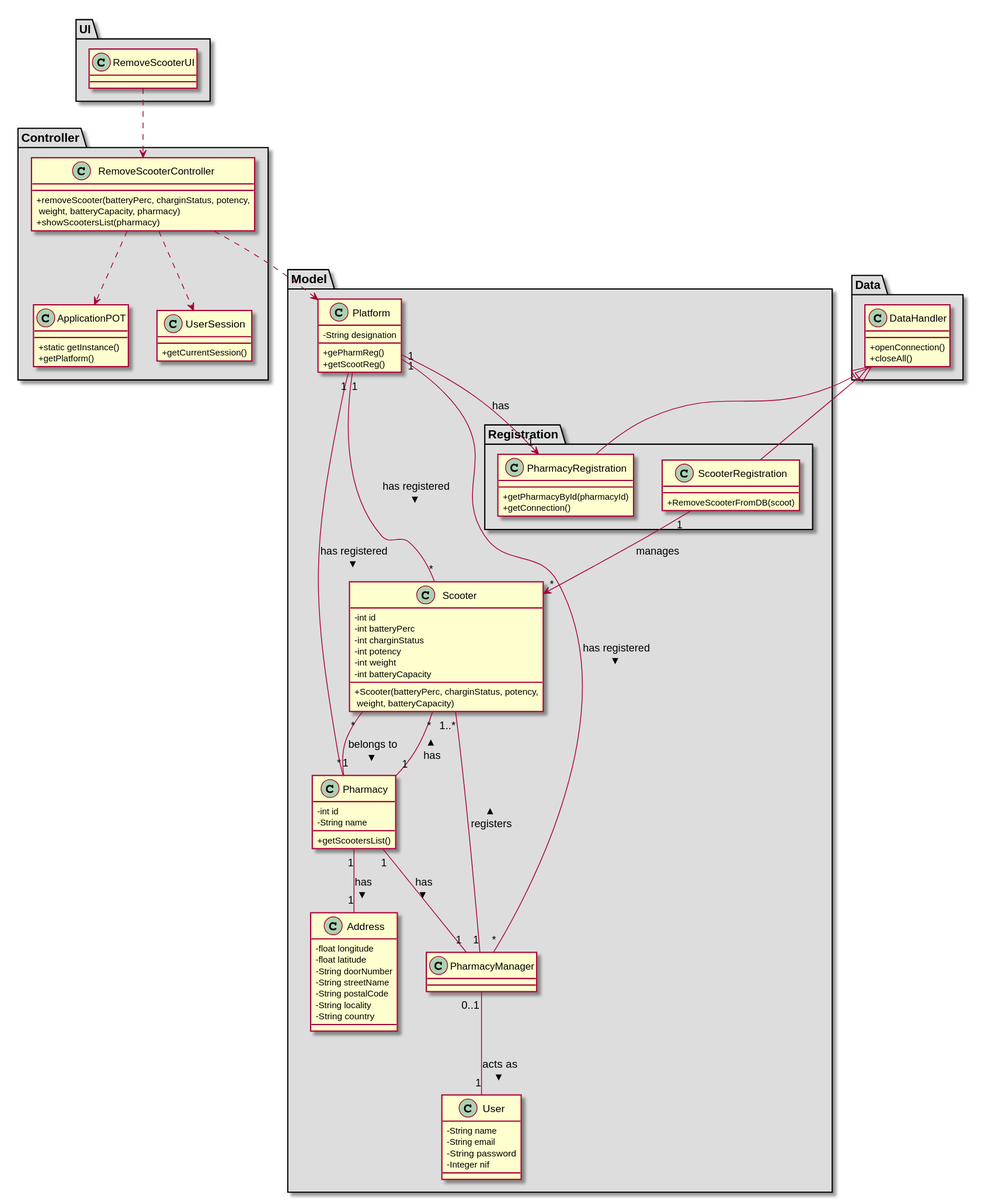
Above: docs/Iteration 1/Scooter Management/US22_RemoveScooter/US22_CD.svg in tiagoavcosta25/LAPR3 (PlantUML), before the change.
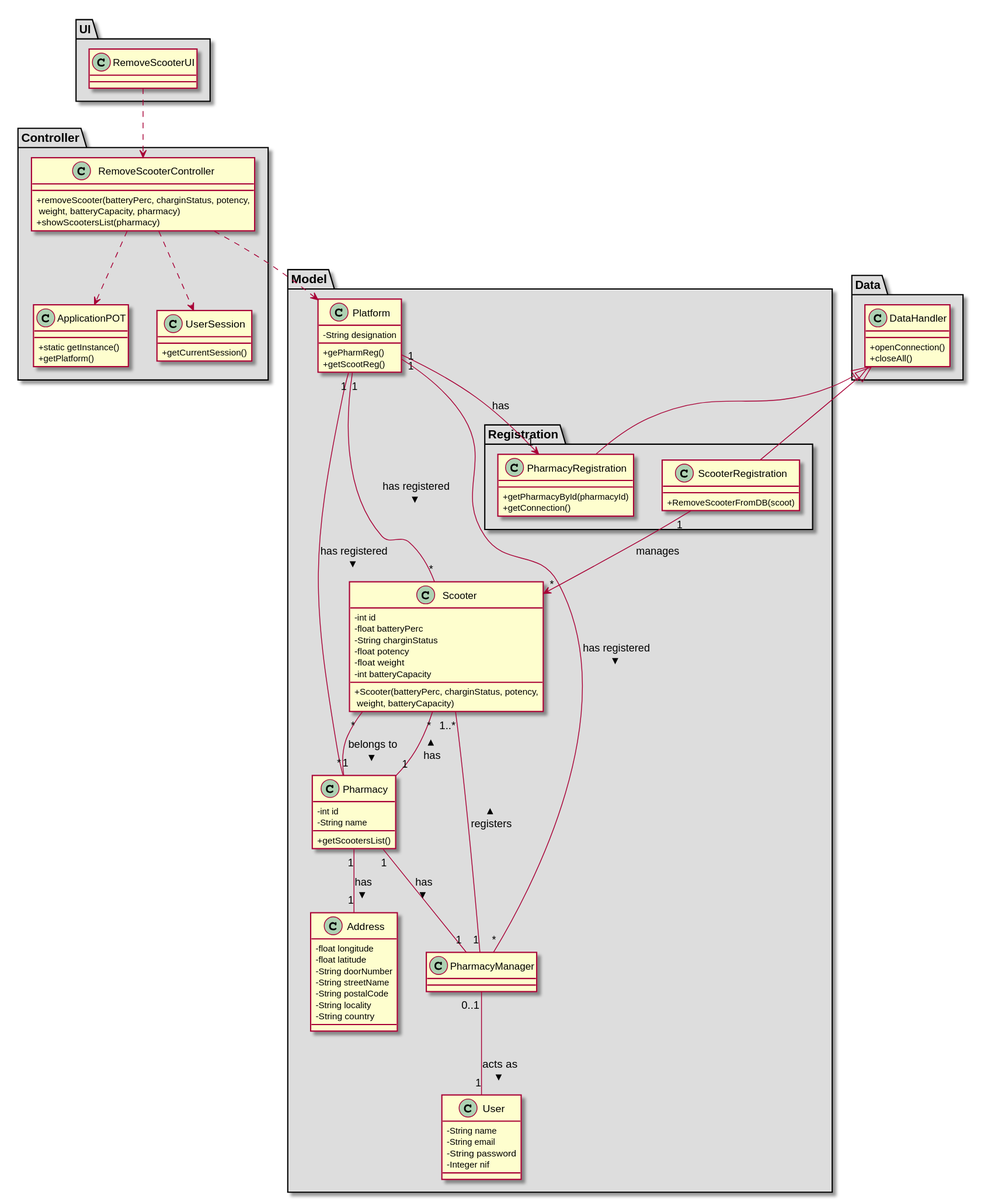
Above is the later version.

Change to the diagram source:
```diff
@@ -48,10 +48,10 @@
 package "Model" #DDDDDD {
 class Scooter{
   -int id
-  -int batteryPerc
-  -int charginStatus
-  -int potency
-  -int weight
+  -float batteryPerc
+  -String charginStatus
+  -float potency
+  -float weight
   -int batteryCapacity
   +Scooter(batteryPerc, charginStatus, potency,\n weight, batteryCapacity)
 }
```
